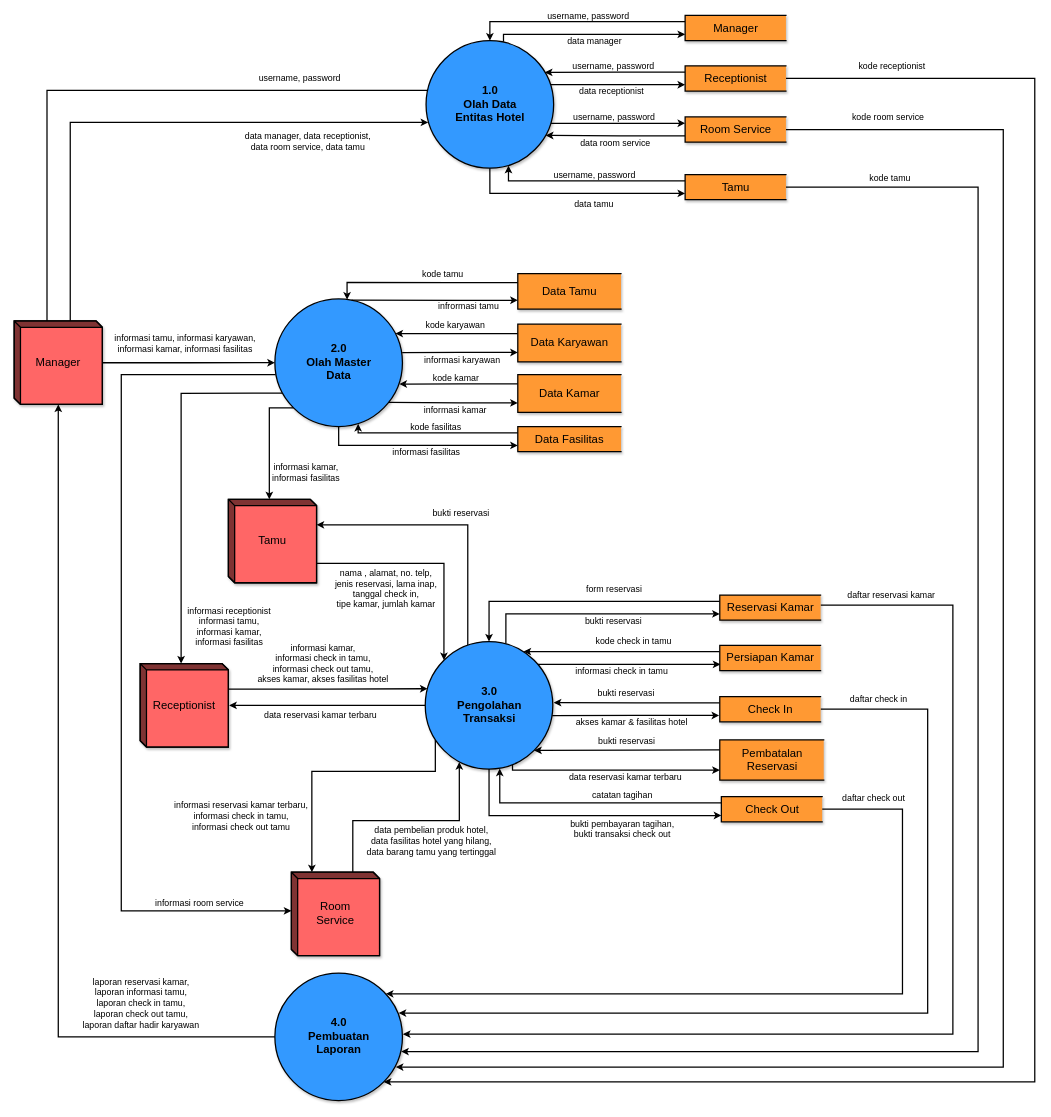
Above: page "DFD LVL 1 - NEW" (3 of 12) of Sistem Pemesanan Kamar Hotel - Data Flow Diagram.drawio in trueazp/System-Design-Analysis (draw.io), before the change. Source tidied: cells renumbered, new cells numbered last; positions are measured from the earlier drawing's top-left corner, leaving out a move shared by most shapes. Both pictures are drawn from the tidied source at 63%, with x=0, y=0 at pixel (14, 15).
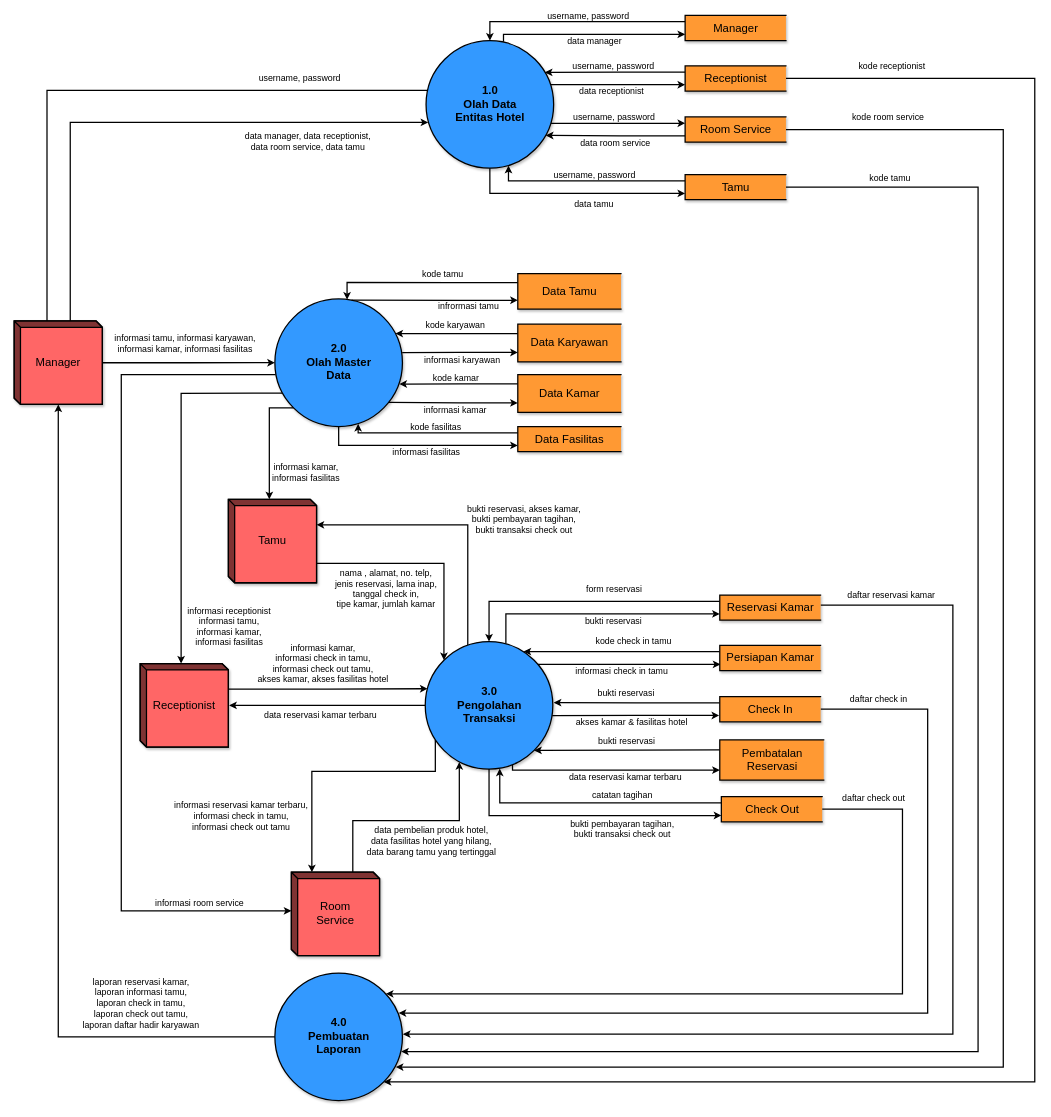
The same diagram, later.

Unchanged cells that the change refers to:
```xml
<mxCell id="19" style="edgeStyle=orthogonalEdgeStyle;rounded=0;jettySize=auto;html=1;exitX=0;exitY=0;exitDx=140;exitDy=40.625;exitPerimeter=0;fontSize=14;endArrow=none;endFill=0;strokeWidth=2;startArrow=classic;startFill=1;labelBackgroundColor=none;" parent="1" edge="1" source="21" target="81">
  <mxGeometry relative="1" as="geometry">
    <Array as="points">
      <mxPoint x="720" y="809" />
    </Array>
  </mxGeometry>
</mxCell>
```

What changed in the source:
```diff
@@
-    <mxCell id="20" value="bukti reservasi" style="edgeLabel;html=1;align=center;verticalAlign=middle;fontSize=14;labelBackgroundColor=none;" parent="19" vertex="1">
+    <mxCell id="20" value="&lt;div&gt;bukti reservasi, akses kamar, &lt;br&gt;&lt;/div&gt;&lt;div&gt;bukti pembayaran tagihan, &lt;br&gt;&lt;/div&gt;&lt;div&gt;bukti transaksi check out&lt;/div&gt;" style="edgeLabel;html=1;align=center;verticalAlign=middle;fontSize=14;labelBackgroundColor=none;" parent="19" vertex="1">
       <mxGeometry x="-0.15" y="2" relative="1" as="geometry">
-        <mxPoint x="46" y="-17" as="offset" />
+        <mxPoint x="146" y="-7" as="offset" />
       </mxGeometry>
     </mxCell>
```
